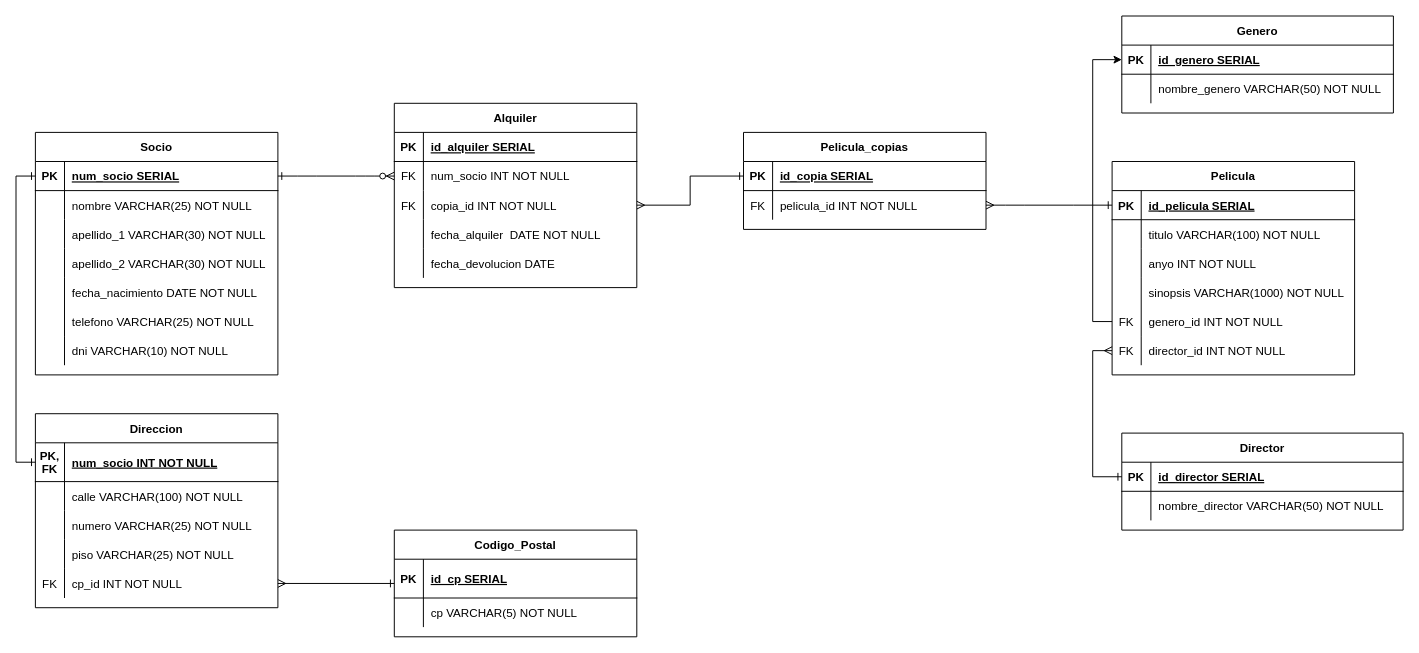
Earlier version of the draw.io diagram videoclub.drawio (marta-vilaseca/keepcoding-intro-sql-pra). Source tidied: cells renumbered, new cells numbered last; positions are measured from the earlier drawing's top-left corner, leaving out a move shared by most shapes. Both pictures are drawn from the tidied source at 97%, with x=0, y=0 at pixel (35, 16).
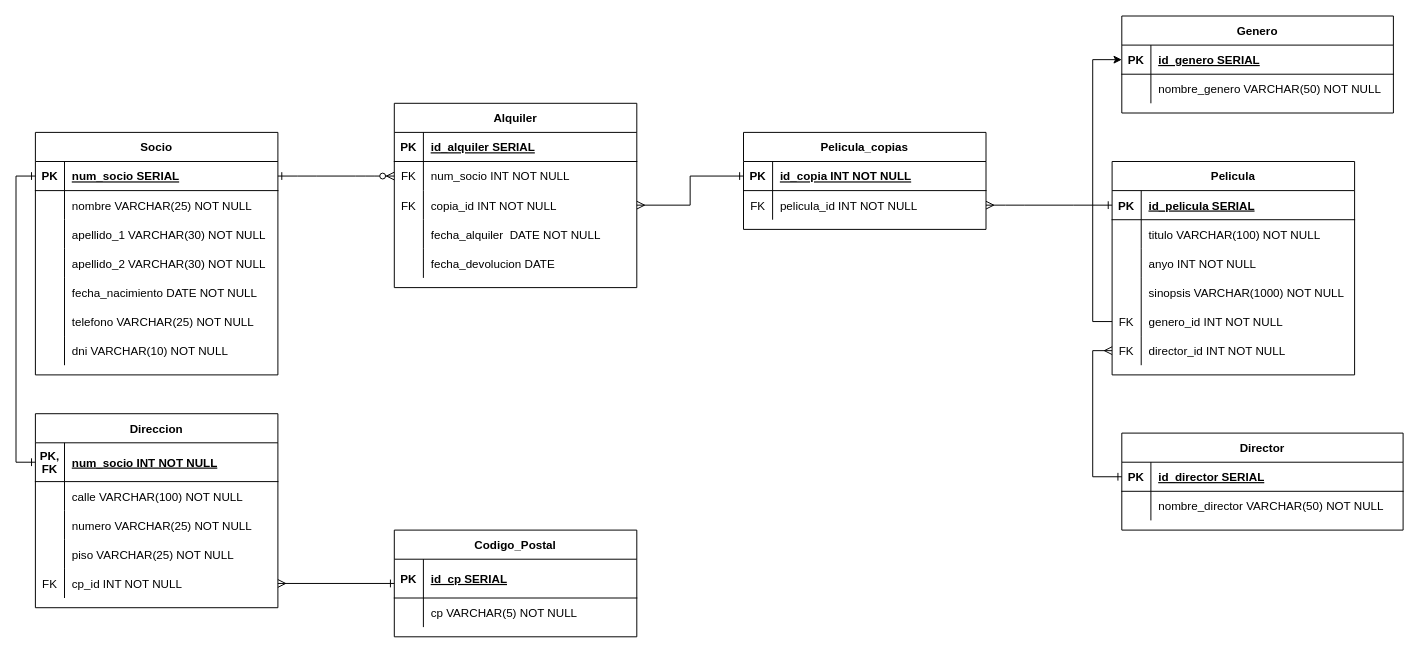
The same page after the edit.

Commit message (it also covers changes not shown here):
Corregido un detalle del diagrama. Hechas consultas para cargar la info en las nuevas tablas y juntado todo el script en el archivo script.sql

The change refers to these unchanged cells:
```xml
<mxCell id="95" style="shape=partialRectangle;fillColor=none;points=[[0,0.5],[1,0.5]];portConstraint=eastwest;top=0;left=0;right=0;bottom=1;" parent="94" vertex="1">
  <mxGeometry y="30" width="250" height="30" as="geometry" />
</mxCell>
```

Change to the diagram source:
```diff
@@
-    <mxCell id="97" value="id_copia SERIAL" style="shape=partialRectangle;overflow=hidden;fillColor=none;top=0;left=0;bottom=0;right=0;align=left;spacingLeft=6;fontStyle=5;" parent="95" vertex="1">
+    <mxCell id="97" value="id_copia INT NOT NULL" style="shape=partialRectangle;overflow=hidden;fillColor=none;top=0;left=0;bottom=0;right=0;align=left;spacingLeft=6;fontStyle=5;" parent="95" vertex="1">
       <mxGeometry x="30" width="220" height="30" as="geometry" />
     </mxCell>
```
